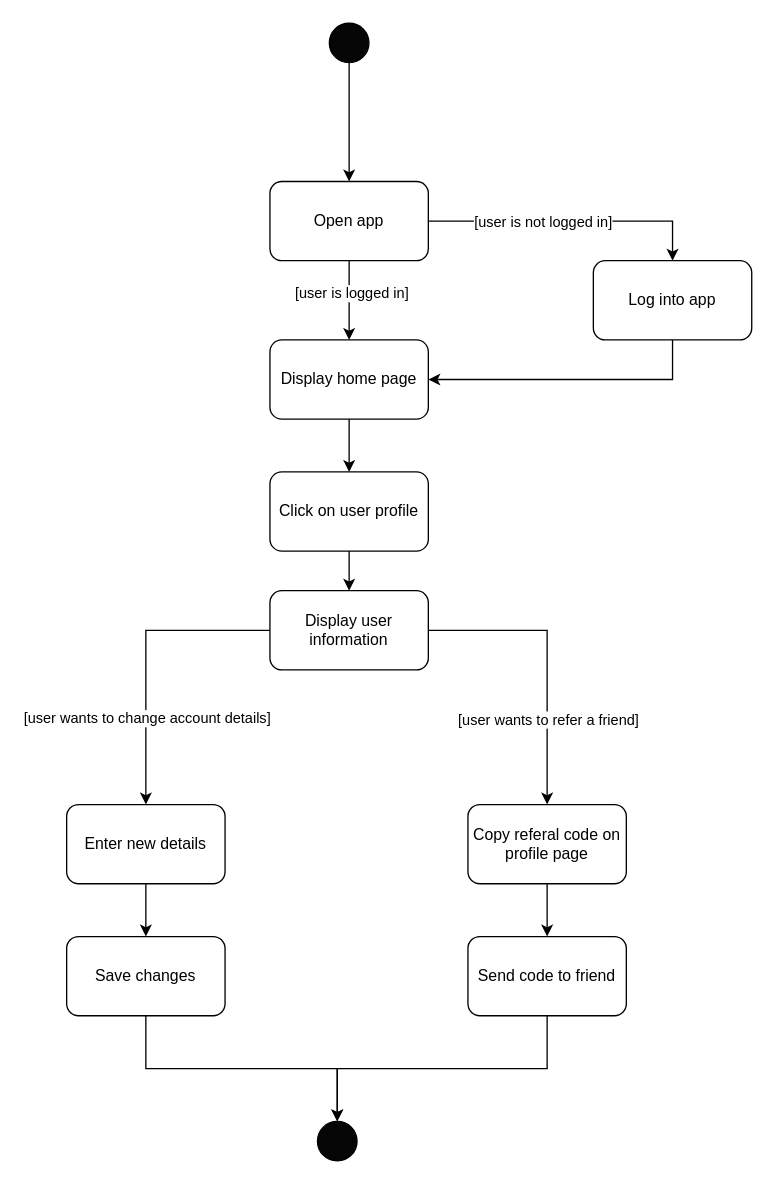
Above: ActivityDiagram_UserDetailsReferral.drawio in ahammond3aws/DC2SEN (draw.io), before the change. Source tidied: cells renumbered, new cells numbered last; positions are measured from the earlier drawing's top-left corner, leaving out a move shared by most shapes. Both pictures are drawn from the tidied source at 132%, with x=0, y=0 at pixel (66, 22).
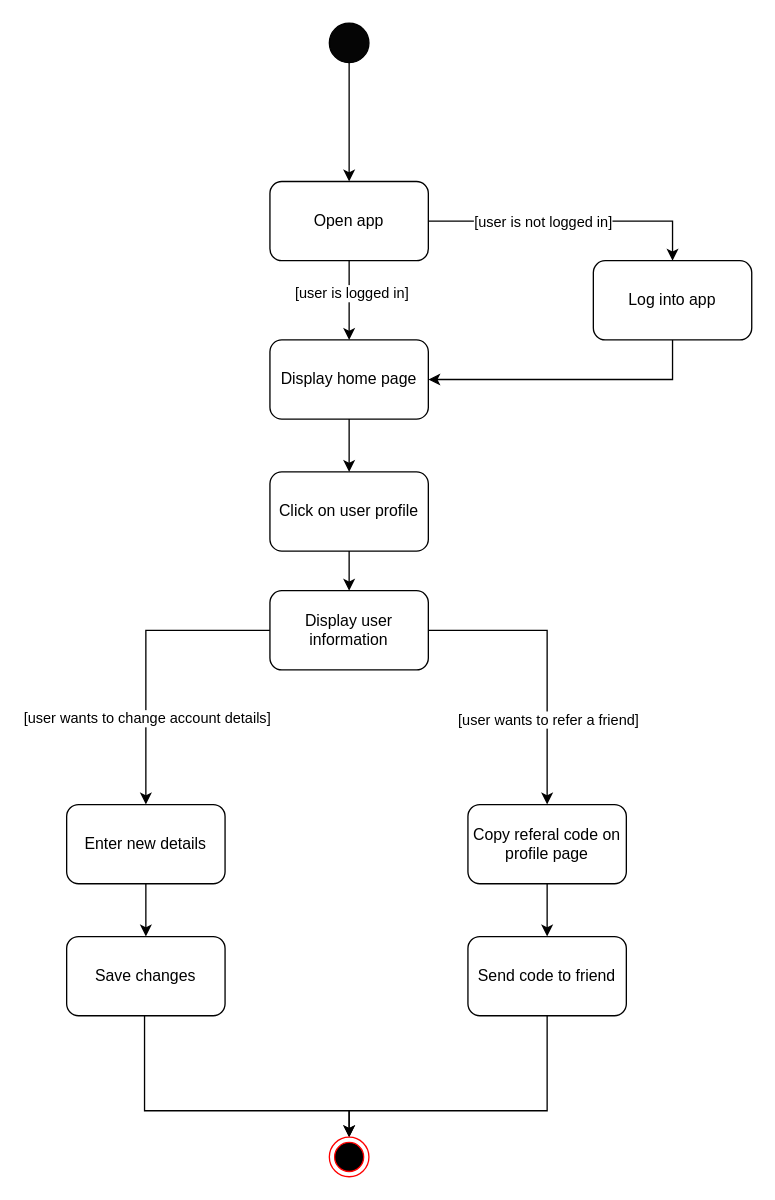
Above is the later version.

The change refers to these unchanged cells:
```xml
<mxCell id="17" value="Save changes" style="rounded=1;whiteSpace=wrap;html=1;fillColor=#FFFFFF;" parent="1" vertex="1">
  <mxGeometry y="692" width="120" height="60" as="geometry" />
</mxCell>
<mxCell id="21" value="Send code to friend" style="rounded=1;whiteSpace=wrap;html=1;fillColor=#FFFFFF;" parent="1" vertex="1">
  <mxGeometry x="304" y="692" width="120" height="60" as="geometry" />
</mxCell>
```

Change to the diagram source:
```diff
@@
-    <mxCell id="16" style="edgeStyle=orthogonalEdgeStyle;rounded=0;jettySize=auto;html=1;entryX=0.5;entryY=0;entryDx=0;entryDy=0;" parent="1" edge="1" source="17" target="22">
-      <mxGeometry relative="1" as="geometry">
-        <Array as="points">
-          <mxPoint x="60" y="792" />
-          <mxPoint x="205" y="792" />
-        </Array>
-      </mxGeometry>
-    </mxCell>
+    <mxCell id="29" style="edgeStyle=orthogonalEdgeStyle;rounded=0;jettySize=auto;html=1;entryX=0.5;entryY=0;entryDx=0;entryDy=0;" parent="1" edge="1" source="17" target="31">
+      <mxGeometry relative="1" as="geometry">
+        <Array as="points">
+          <mxPoint x="59" y="824" />
+          <mxPoint x="214" y="824" />
+        </Array>
+      </mxGeometry>
+    </mxCell>
@@
-    <mxCell id="20" style="edgeStyle=orthogonalEdgeStyle;rounded=0;jettySize=auto;html=1;entryX=0.5;entryY=0;entryDx=0;entryDy=0;" parent="1" edge="1" source="21" target="22">
-      <mxGeometry relative="1" as="geometry">
-        <Array as="points">
-          <mxPoint x="364" y="792" />
-          <mxPoint x="205" y="792" />
-        </Array>
-      </mxGeometry>
-    </mxCell>
+    <mxCell id="30" style="edgeStyle=orthogonalEdgeStyle;rounded=0;jettySize=auto;html=1;entryX=0.5;entryY=0;entryDx=0;entryDy=0;exitX=0.5;exitY=1;exitDx=0;exitDy=0;" parent="1" edge="1" source="21" target="31">
+      <mxGeometry relative="1" as="geometry">
+        <Array as="points">
+          <mxPoint x="364" y="824" />
+          <mxPoint x="214" y="824" />
+        </Array>
+      </mxGeometry>
+    </mxCell>
@@
-    <mxCell id="22" style="ellipse;whiteSpace=wrap;html=1;direction=east;fillColor=#050505;" parent="1" vertex="1">
-      <mxGeometry x="190" y="832" width="30" height="30" as="geometry" />
-    </mxCell>
@@
+    <mxCell id="31" style="ellipse;html=1;shape=endState;fillColor=#000000;strokeColor=#ff0000;" parent="1" vertex="1">
+      <mxGeometry x="199" y="844" width="30" height="30" as="geometry" />
+    </mxCell>
```
